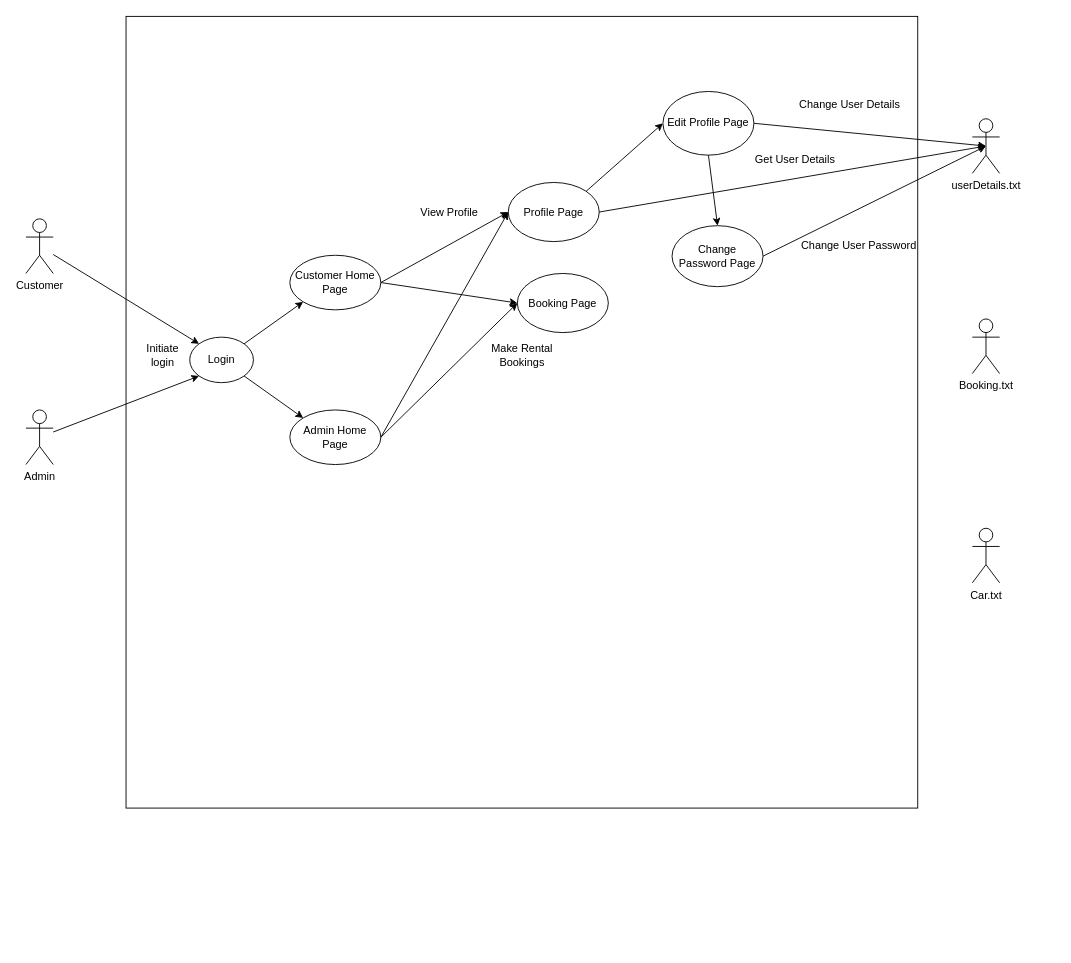
Above: Use Case Diagram.drawio in theblurone0329/Car_Rental_System (draw.io), before the change. Source tidied: cells renumbered, new cells numbered last; positions are measured from the earlier drawing's top-left corner, leaving out a move shared by most shapes. Both pictures are drawn from the tidied source at 91%, with x=0, y=0 at pixel (25, 16).
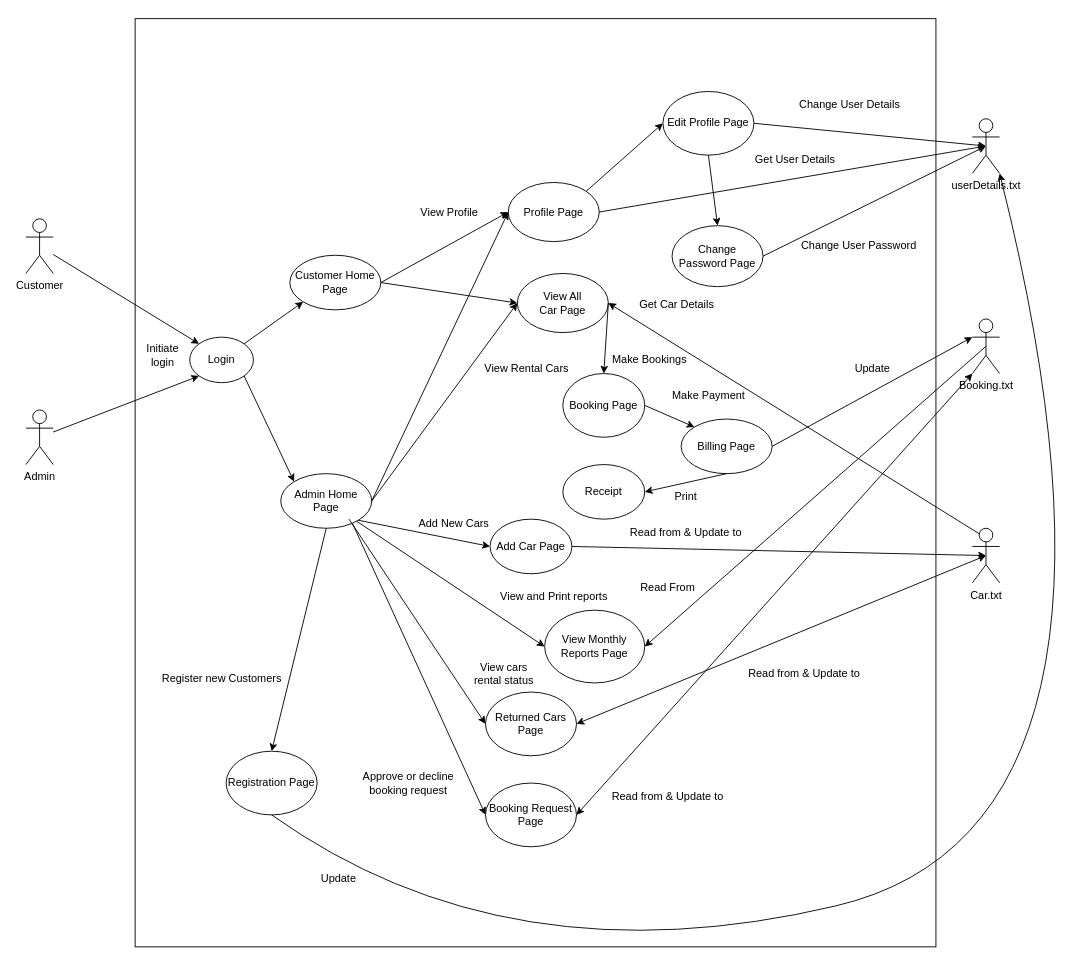
Above is the later version.

Unchanged cells that the change refers to:
```xml
<mxCell id="5" value="userDetails.txt" style="shape=umlActor;verticalLabelPosition=bottom;verticalAlign=top;html=1;outlineConnect=0;" parent="1" vertex="1">
  <mxGeometry x="1040" y="112" width="30" height="60" as="geometry" />
</mxCell>
<mxCell id="6" value="Booking.txt" style="shape=umlActor;verticalLabelPosition=bottom;verticalAlign=top;html=1;outlineConnect=0;" parent="1" vertex="1">
  <mxGeometry x="1040" y="332" width="30" height="60" as="geometry" />
</mxCell>
<mxCell id="7" value="Car.txt" style="shape=umlActor;verticalLabelPosition=bottom;verticalAlign=top;html=1;outlineConnect=0;" parent="1" vertex="1">
  <mxGeometry x="1040" y="562" width="30" height="60" as="geometry" />
</mxCell>
```

What changed in the source:
```diff
@@
-    <mxCell id="2" style="whiteSpace=wrap;html=1;" parent="1" vertex="1">
-      <mxGeometry x="110" y="-0.5" width="870" height="870" as="geometry" />
-    </mxCell>
+    <mxCell id="34" style="rounded=0;whiteSpace=wrap;html=1;" parent="1" vertex="1">
+      <mxGeometry x="120" y="2" width="880" height="1020" as="geometry" />
+    </mxCell>
@@
     <mxCell id="13" value="Admin Home Page" style="ellipse;whiteSpace=wrap;html=1;" parent="1" vertex="1">
-      <mxGeometry x="290" y="432" width="100" height="60" as="geometry" />
+      <mxGeometry x="280" y="502" width="100" height="60" as="geometry" />
     </mxCell>
@@
-    <mxCell id="17" value="Booking Page" style="ellipse;whiteSpace=wrap;html=1;" parent="1" vertex="1">
+    <mxCell id="17" value="View All &lt;br&gt;Car Page" style="ellipse;whiteSpace=wrap;html=1;" parent="1" vertex="1">
       <mxGeometry x="540" y="282" width="100" height="65" as="geometry" />
     </mxCell>
@@
-    <mxCell id="23" value="Make Rental &lt;br&gt;Bookings" style="text;html=1;align=center;verticalAlign=middle;strokeColor=none;fillColor=none;" parent="1" vertex="1">
-      <mxGeometry x="500" y="352" width="90" height="40" as="geometry" />
+    <mxCell id="23" value="View Rental Cars" style="text;html=1;align=center;verticalAlign=middle;strokeColor=none;fillColor=none;" parent="1" vertex="1">
+      <mxGeometry x="490" y="372" width="120" height="30" as="geometry" />
     </mxCell>
@@
+    <mxCell id="35" value="Booking Page" style="ellipse;whiteSpace=wrap;html=1;" parent="1" vertex="1">
+      <mxGeometry x="590" y="392" width="90" height="70" as="geometry" />
+    </mxCell>
+    <mxCell id="36" style="endArrow=classic;html=1;rounded=0;exitX=1;exitY=0.5;exitDx=0;exitDy=0;entryX=0.5;entryY=0;entryDx=0;entryDy=0;" parent="1" edge="1" source="17" target="35">
+      <mxGeometry relative="1" as="geometry" />
+    </mxCell>
+    <mxCell id="37" value="Get Car Details" style="text;html=1;align=center;verticalAlign=middle;strokeColor=none;fillColor=none;" parent="1" vertex="1">
+      <mxGeometry x="660" y="302" width="110" height="30" as="geometry" />
+    </mxCell>
+    <mxCell id="38" style="endArrow=classic;html=1;rounded=0;entryX=1;entryY=0.5;entryDx=0;entryDy=0;exitX=0.25;exitY=0.1;exitDx=0;exitDy=0;exitPerimeter=0;" parent="1" edge="1" source="7" target="17">
+      <mxGeometry relative="1" as="geometry" />
+    </mxCell>
+    <mxCell id="39" value="Make Bookings" style="text;html=1;align=center;verticalAlign=middle;strokeColor=none;fillColor=none;" parent="1" vertex="1">
+      <mxGeometry x="630" y="362" width="110" height="30" as="geometry" />
+    </mxCell>
+    <mxCell id="40" value="Billing Page" style="ellipse;whiteSpace=wrap;html=1;" parent="1" vertex="1">
+      <mxGeometry x="720" y="442" width="100" height="60" as="geometry" />
+    </mxCell>
+    <mxCell id="41" style="endArrow=classic;html=1;rounded=0;exitX=1;exitY=0.5;exitDx=0;exitDy=0;entryX=0;entryY=0;entryDx=0;entryDy=0;" parent="1" edge="1" source="35" target="40">
+      <mxGeometry relative="1" as="geometry" />
+    </mxCell>
+    <mxCell id="42" value="Make Payment" style="text;html=1;align=center;verticalAlign=middle;strokeColor=none;fillColor=none;" parent="1" vertex="1">
+      <mxGeometry x="700" y="402" width="100" height="30" as="geometry" />
+    </mxCell>
+    <mxCell id="43" style="endArrow=classic;html=1;rounded=0;exitX=1;exitY=0.5;exitDx=0;exitDy=0;entryX=0;entryY=0.3333333333333333;entryDx=0;entryDy=0;entryPerimeter=0;" parent="1" edge="1" source="40" target="6">
+      <mxGeometry relative="1" as="geometry" />
+    </mxCell>
+    <mxCell id="44" value="Update" style="text;html=1;align=center;verticalAlign=middle;strokeColor=none;fillColor=none;" parent="1" vertex="1">
+      <mxGeometry x="900" y="372" width="60" height="30" as="geometry" />
+    </mxCell>
+    <mxCell id="45" value="Receipt" style="ellipse;whiteSpace=wrap;html=1;" parent="1" vertex="1">
+      <mxGeometry x="590" y="492" width="90" height="60" as="geometry" />
+    </mxCell>
+    <mxCell id="46" style="endArrow=classic;html=1;rounded=0;entryX=1;entryY=0.5;entryDx=0;entryDy=0;exitX=0.5;exitY=1;exitDx=0;exitDy=0;" parent="1" edge="1" source="40" target="45">
+      <mxGeometry relative="1" as="geometry" />
+    </mxCell>
+    <mxCell id="47" value="Print" style="text;html=1;align=center;verticalAlign=middle;strokeColor=none;fillColor=none;" parent="1" vertex="1">
+      <mxGeometry x="700" y="512" width="50" height="30" as="geometry" />
+    </mxCell>
+    <mxCell id="48" value="Add Car Page" style="ellipse;whiteSpace=wrap;html=1;" parent="1" vertex="1">
+      <mxGeometry x="510" y="552" width="90" height="60" as="geometry" />
+    </mxCell>
+    <mxCell id="49" value="View Monthly &lt;br&gt;Reports Page" style="ellipse;whiteSpace=wrap;html=1;" parent="1" vertex="1">
+      <mxGeometry x="570" y="652" width="110" height="80" as="geometry" />
+    </mxCell>
+    <mxCell id="50" value="Registration Page" style="ellipse;whiteSpace=wrap;html=1;" parent="1" vertex="1">
+      <mxGeometry x="220" y="807" width="100" height="70" as="geometry" />
+    </mxCell>
+    <mxCell id="51" value="Booking Request Page" style="ellipse;whiteSpace=wrap;html=1;" parent="1" vertex="1">
+      <mxGeometry x="505" y="842" width="100" height="70" as="geometry" />
+    </mxCell>
+    <mxCell id="52" value="Returned Cars &lt;br&gt;Page" style="ellipse;whiteSpace=wrap;html=1;" parent="1" vertex="1">
+      <mxGeometry x="505" y="742" width="100" height="70" as="geometry" />
+    </mxCell>
+    <mxCell id="53" style="endArrow=classic;html=1;rounded=0;entryX=0;entryY=0.5;entryDx=0;entryDy=0;exitX=1;exitY=1;exitDx=0;exitDy=0;" parent="1" edge="1" source="13" target="48">
+      <mxGeometry relative="1" as="geometry" />
+    </mxCell>
+    <mxCell id="54" style="endArrow=classic;html=1;rounded=0;entryX=0;entryY=0.5;entryDx=0;entryDy=0;" parent="1" edge="1" source="13" target="49">
+      <mxGeometry relative="1" as="geometry" />
+    </mxCell>
+    <mxCell id="55" style="endArrow=classic;html=1;rounded=0;entryX=0;entryY=0.5;entryDx=0;entryDy=0;exitX=0.75;exitY=0.833;exitDx=0;exitDy=0;exitPerimeter=0;" parent="1" edge="1" source="13" target="52">
+      <mxGeometry relative="1" as="geometry" />
+    </mxCell>
+    <mxCell id="56" style="endArrow=classic;html=1;rounded=0;entryX=0;entryY=0.5;entryDx=0;entryDy=0;exitX=0.79;exitY=0.917;exitDx=0;exitDy=0;exitPerimeter=0;" parent="1" edge="1" source="13" target="51">
+      <mxGeometry relative="1" as="geometry" />
+    </mxCell>
+    <mxCell id="57" value="Add New Cars" style="text;html=1;align=center;verticalAlign=middle;strokeColor=none;fillColor=none;" parent="1" vertex="1">
+      <mxGeometry x="420" y="542" width="100" height="30" as="geometry" />
+    </mxCell>
+    <mxCell id="58" value="View and Print reports" style="text;html=1;align=center;verticalAlign=middle;strokeColor=none;fillColor=none;" parent="1" vertex="1">
+      <mxGeometry x="510" y="622" width="140" height="30" as="geometry" />
+    </mxCell>
+    <mxCell id="59" value="View cars &lt;br&gt;rental status" style="text;html=1;align=center;verticalAlign=middle;strokeColor=none;fillColor=none;" parent="1" vertex="1">
+      <mxGeometry x="480" y="702" width="90" height="40" as="geometry" />
+    </mxCell>
+    <mxCell id="60" value="Approve or decline &lt;br&gt;booking request" style="text;html=1;align=center;verticalAlign=middle;strokeColor=none;fillColor=none;" parent="1" vertex="1">
+      <mxGeometry x="360" y="822" width="120" height="40" as="geometry" />
+    </mxCell>
+    <mxCell id="61" style="endArrow=classic;startArrow=classic;html=1;rounded=0;exitX=1;exitY=0.5;exitDx=0;exitDy=0;entryX=0;entryY=1;entryDx=0;entryDy=0;entryPerimeter=0;" parent="1" edge="1" source="51" target="6">
+      <mxGeometry relative="1" as="geometry" />
+    </mxCell>
+    <mxCell id="62" value="Read from &amp;amp; Update to" style="text;html=1;align=center;verticalAlign=middle;strokeColor=none;fillColor=none;" parent="1" vertex="1">
+      <mxGeometry x="630" y="842" width="150" height="30" as="geometry" />
+    </mxCell>
+    <mxCell id="63" style="endArrow=classic;startArrow=classic;html=1;rounded=0;entryX=0.5;entryY=0.5;entryDx=0;entryDy=0;entryPerimeter=0;exitX=1;exitY=0.5;exitDx=0;exitDy=0;" parent="1" edge="1" source="52" target="7">
+      <mxGeometry relative="1" as="geometry" />
+    </mxCell>
+    <mxCell id="64" style="endArrow=classic;html=1;rounded=0;entryX=0.5;entryY=0.5;entryDx=0;entryDy=0;entryPerimeter=0;exitX=1;exitY=0.5;exitDx=0;exitDy=0;" parent="1" edge="1" source="48" target="7">
+      <mxGeometry relative="1" as="geometry" />
+    </mxCell>
+    <mxCell id="65" value="Read from &amp;amp; Update to" style="text;html=1;align=center;verticalAlign=middle;strokeColor=none;fillColor=none;" parent="1" vertex="1">
+      <mxGeometry x="780" y="707" width="150" height="30" as="geometry" />
+    </mxCell>
+    <mxCell id="66" value="Read from &amp;amp; Update to" style="text;html=1;align=center;verticalAlign=middle;strokeColor=none;fillColor=none;" parent="1" vertex="1">
+      <mxGeometry x="650" y="552" width="150" height="30" as="geometry" />
+    </mxCell>
+    <mxCell id="67" style="endArrow=classic;html=1;rounded=0;entryX=1;entryY=0.5;entryDx=0;entryDy=0;exitX=0.5;exitY=0.5;exitDx=0;exitDy=0;exitPerimeter=0;" parent="1" edge="1" source="6" target="49">
+      <mxGeometry relative="1" as="geometry" />
+    </mxCell>
+    <mxCell id="68" value="Read From" style="text;html=1;align=center;verticalAlign=middle;strokeColor=none;fillColor=none;" parent="1" vertex="1">
+      <mxGeometry x="665" y="612" width="80" height="30" as="geometry" />
+    </mxCell>
+    <mxCell id="69" style="endArrow=classic;html=1;rounded=0;entryX=0.5;entryY=0;entryDx=0;entryDy=0;exitX=0.5;exitY=1;exitDx=0;exitDy=0;" parent="1" edge="1" source="13" target="50">
+      <mxGeometry relative="1" as="geometry" />
+    </mxCell>
+    <mxCell id="70" value="Register new Customers" style="text;html=1;align=center;verticalAlign=middle;strokeColor=none;fillColor=none;" parent="1" vertex="1">
+      <mxGeometry x="140" y="712" width="150" height="30" as="geometry" />
+    </mxCell>
+    <mxCell id="71" style="curved=1;endArrow=classic;html=1;rounded=0;exitX=0.5;exitY=1;exitDx=0;exitDy=0;entryX=1;entryY=1;entryDx=0;entryDy=0;entryPerimeter=0;" parent="1" edge="1" source="50" target="5">
+      <mxGeometry relative="1" as="geometry">
+        <Array as="points">
+          <mxPoint x="530" y="1062" />
+          <mxPoint x="1250" y="892" />
+        </Array>
+      </mxGeometry>
+    </mxCell>
+    <mxCell id="72" value="Update&amp;nbsp;" style="text;html=1;align=center;verticalAlign=middle;strokeColor=none;fillColor=none;" parent="1" vertex="1">
+      <mxGeometry x="310" y="932" width="70" height="30" as="geometry" />
+    </mxCell>
```
